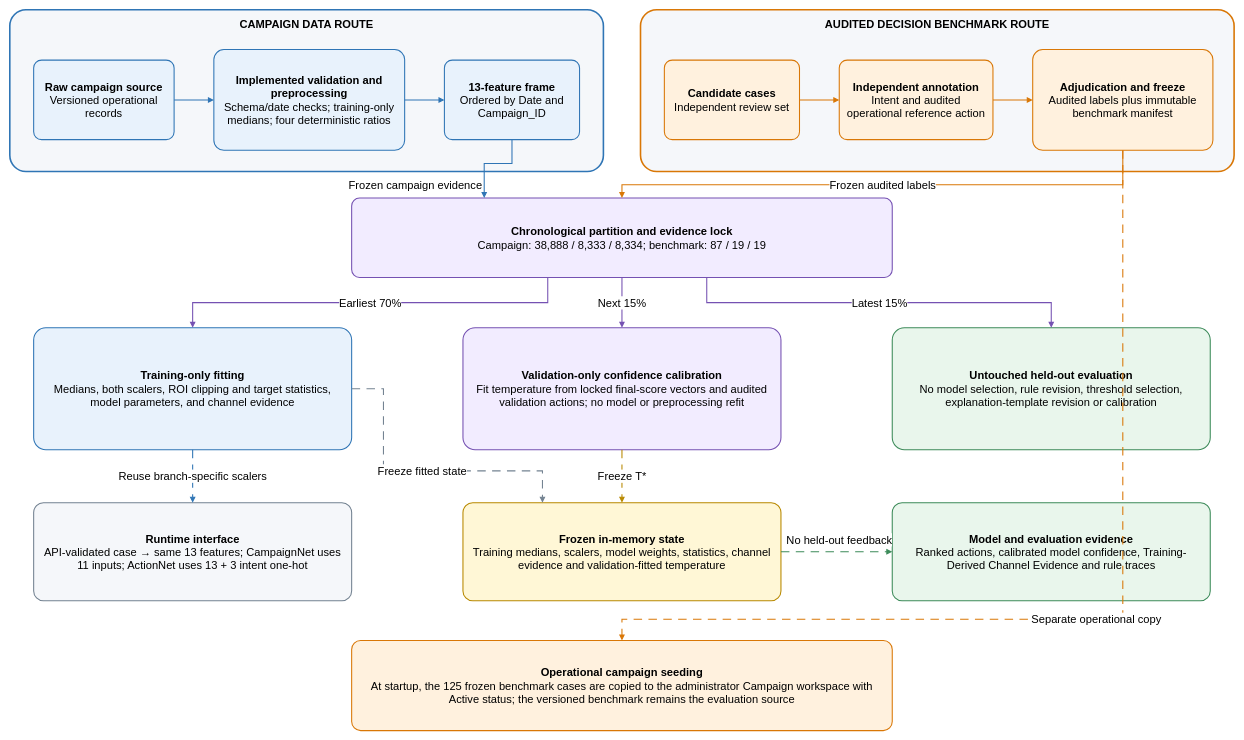
This is docs/chapter4_figures/Figure_4_2_Data_Annotation_Evidence_Pipeline_Guidance_Revised.drawio from j1ngy0ng/FYP-Desicion-Support-System, a draw.io file, before an edit. Source tidied: cells renumbered, new cells numbered last; positions are measured from the earlier drawing's top-left corner, leaving out a move shared by most shapes. Both pictures are drawn from the tidied source at 53%, with x=0, y=0 at pixel (10, 10).
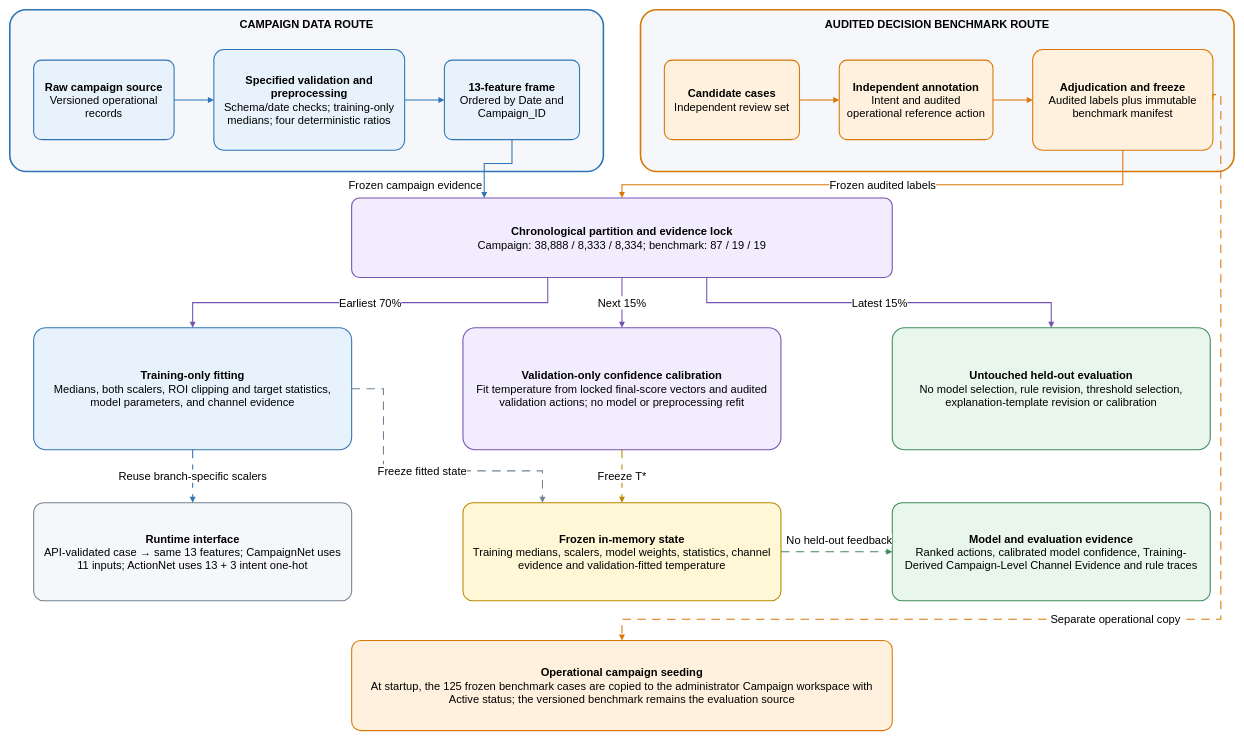
After the change.

The change refers to these unchanged cells:
```xml
<mxCell id="9" value="&lt;b&gt;Adjudication and freeze&lt;/b&gt;&lt;br&gt;Audited labels plus immutable benchmark manifest" style="rounded=1;arcSize=10;whiteSpace=wrap;html=1;align=center;verticalAlign=middle;spacing=10;fontFamily=Arial;fontSize=21;fillColor=#FFF1DE;strokeColor=#D97706;strokeWidth=2;" parent="1" vertex="1">
  <mxGeometry x="1930" y="75" width="340" height="190" as="geometry" />
</mxCell>
<mxCell id="17" value="&lt;b&gt;Operational campaign seeding&lt;/b&gt;&lt;br&gt;At startup, the 125 frozen benchmark cases are copied to the administrator Campaign workspace with Active status; the versioned benchmark remains the evaluation source" style="rounded=1;arcSize=10;whiteSpace=wrap;html=1;align=center;verticalAlign=middle;spacing=10;fontFamily=Arial;fontSize=21;fillColor=#FFF1DE;strokeColor=#D97706;strokeWidth=2;" parent="1" vertex="1">
  <mxGeometry x="645" y="1190" width="1020" height="170" as="geometry" />
</mxCell>
```

Change to the diagram source:
```diff
@@
-    <mxCell id="5" value="&lt;b&gt;Implemented validation and preprocessing&lt;/b&gt;&lt;br&gt;Schema/date checks; training-only medians; four deterministic ratios" style="rounded=1;arcSize=10;whiteSpace=wrap;html=1;align=center;verticalAlign=middle;spacing=10;fontFamily=Arial;fontSize=21;fillColor=#E8F2FC;strokeColor=#2F75B5;strokeWidth=2;" parent="1" vertex="1">
+    <mxCell id="5" value="&lt;b&gt;Specified validation and preprocessing&lt;/b&gt;&lt;br&gt;Schema/date checks; training-only medians; four deterministic ratios" style="rounded=1;arcSize=10;whiteSpace=wrap;html=1;align=center;verticalAlign=middle;spacing=10;fontFamily=Arial;fontSize=21;fillColor=#E8F2FC;strokeColor=#2F75B5;strokeWidth=2;" parent="1" vertex="1">
       <mxGeometry x="385" y="75" width="360" height="190" as="geometry" />
     </mxCell>
@@
-    <mxCell id="16" value="&lt;b&gt;Model and evaluation evidence&lt;/b&gt;&lt;br&gt;Ranked actions, calibrated model confidence, Training-Derived Channel Evidence and rule traces" style="rounded=1;arcSize=10;whiteSpace=wrap;html=1;align=center;verticalAlign=middle;spacing=10;fontFamily=Arial;fontSize=21;fillColor=#E9F6EC;strokeColor=#3D8B5A;strokeWidth=2;" parent="1" vertex="1">
+    <mxCell id="16" value="&lt;b&gt;Model and evaluation evidence&lt;/b&gt;&lt;br&gt;Ranked actions, calibrated model confidence, Training-Derived Campaign-Level Channel Evidence and rule traces" style="rounded=1;arcSize=10;whiteSpace=wrap;html=1;align=center;verticalAlign=middle;spacing=10;fontFamily=Arial;fontSize=21;fillColor=#E9F6EC;strokeColor=#3D8B5A;strokeWidth=2;" parent="1" vertex="1">
       <mxGeometry x="1665" y="930" width="600" height="185" as="geometry" />
     </mxCell>
@@
-    <mxCell id="31" value="Separate operational copy" style="edgeStyle=orthogonalEdgeStyle;rounded=0;jettySize=auto;html=1;endArrow=block;endFill=1;strokeWidth=2;strokeColor=#D97706;fontFamily=Arial;fontSize=21;labelBackgroundColor=#FFFFFF;dashed=1;dashPattern=8 6;entryX=0.5;entryY=0;entryDx=0;entryDy=0;exitX=0.5;exitY=1;exitDx=0;exitDy=0;" parent="1" edge="1" source="9" target="17">
-      <mxGeometry relative="1" as="geometry">
+    <mxCell id="31" value="Separate operational copy" style="edgeStyle=orthogonalEdgeStyle;rounded=0;jettySize=auto;html=1;endArrow=block;endFill=1;strokeWidth=2;strokeColor=#D97706;fontFamily=Arial;fontSize=21;labelBackgroundColor=#FFFFFF;dashed=1;dashPattern=8 6;entryX=0.5;entryY=0;entryDx=0;entryDy=0;exitX=1;exitY=0.5;exitDx=0;exitDy=0;" parent="1" edge="1" source="9" target="17">
+      <mxGeometry x="0.11" relative="1" as="geometry">
         <Array as="points">
-          <mxPoint x="2100" y="1150" />
+          <mxPoint x="2270" y="160" />
+          <mxPoint x="2285" y="160" />
+          <mxPoint x="2285" y="1150" />
           <mxPoint x="1155" y="1150" />
         </Array>
+        <mxPoint x="-1" as="offset" />
       </mxGeometry>
     </mxCell>
```
